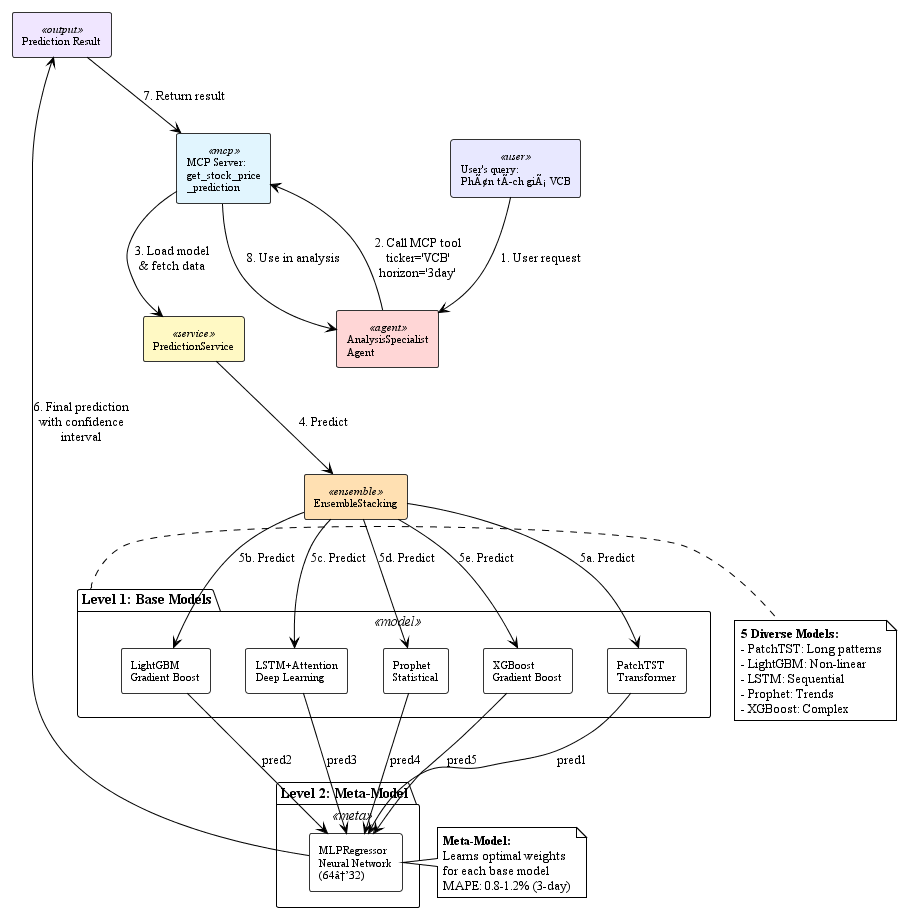
The PlantUML diagram diagrams/images/agent_diagrams/ensemble_prediction_detail.png in GiangNV-HUST/DATN, before a commit.
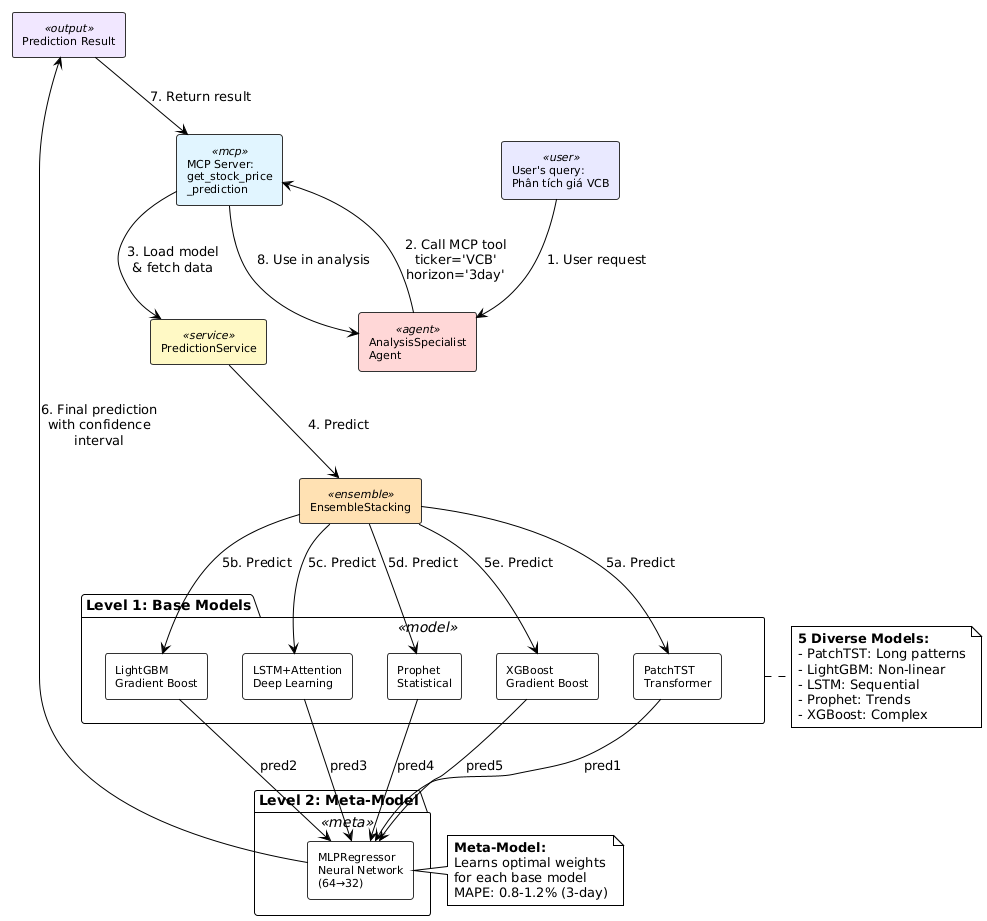
After the commit.

Change to the diagram source:
```diff
@@ -1,4 +1,6 @@
-@startuml ensemble_prediction_detail
+@startuml
+!pragma charset UTF-8
+
 !theme plain
 skinparam backgroundColor #FFFFFF
 skinparam shadowing false
@@ -17,7 +19,7 @@
     FontSize 11
 }
 
-rectangle "User's query:\nPhÃ¢n tÃ­ch giÃ¡ VCB" as query <<user>>
+rectangle "User's query:\nPhân tích giá VCB" as query <<user>>
 rectangle "AnalysisSpecialist\nAgent" as agent <<agent>>
 rectangle "MCP Server:\nget_stock_price\n_prediction" as mcp <<mcp>>
 rectangle "PredictionService" as service <<service>>
@@ -32,7 +34,7 @@
 }
 
 package "Level 2: Meta-Model" as level2 <<meta>> {
-    rectangle "MLPRegressor\nNeural Network\n(64â†’32)" as meta
+    rectangle "MLPRegressor\nNeural Network\n(64→32)" as meta
 }
 
 rectangle "Prediction Result" as output <<output>>
@@ -73,5 +75,4 @@
   for each base model
   MAPE: 0.8-1.2% (3-day)
 end note
-
 @enduml
```
